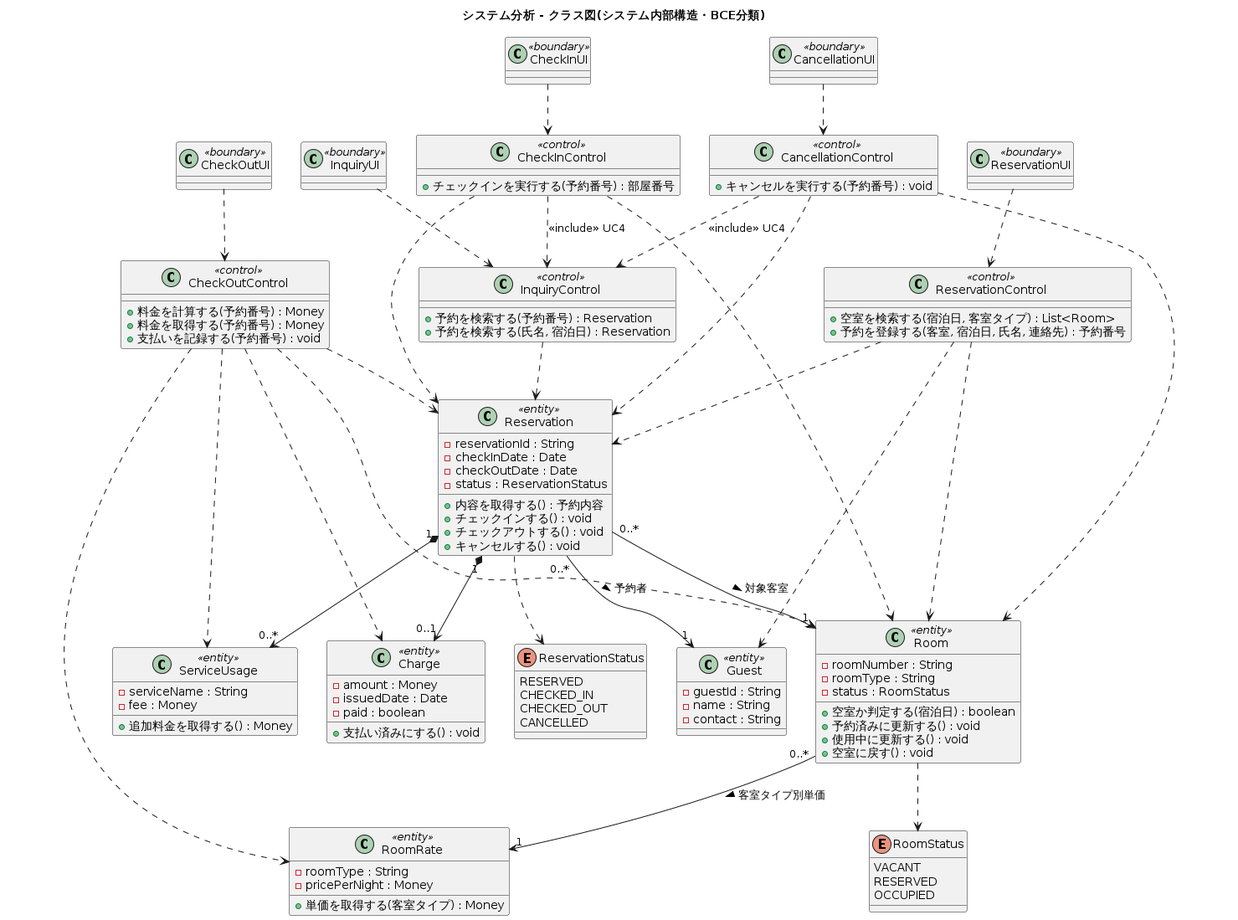
Before: docs/uml/images/09_system_class_diagram.png, a diagram exported from PlantUML (doguto/waseda-hrs).
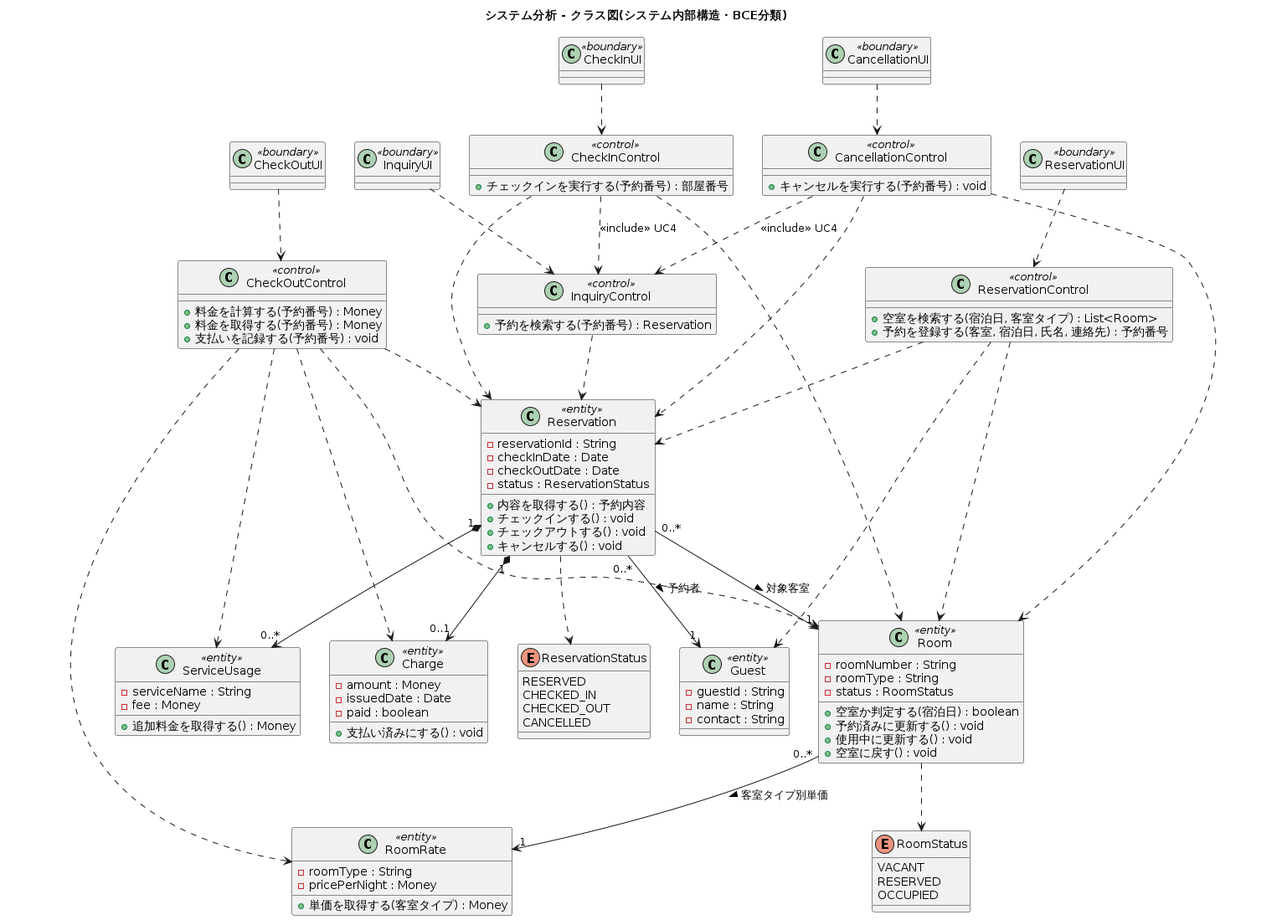
The same diagram one commit later.

The edit, as a diff of the source:
```diff
@@ -14,7 +14,6 @@
 }
 class InquiryControl <<control>> {
   +予約を検索する(予約番号) : Reservation
-  +予約を検索する(氏名, 宿泊日) : Reservation
 }
 class CheckInControl <<control>> {
   +チェックインを実行する(予約番号) : 部屋番号
```
